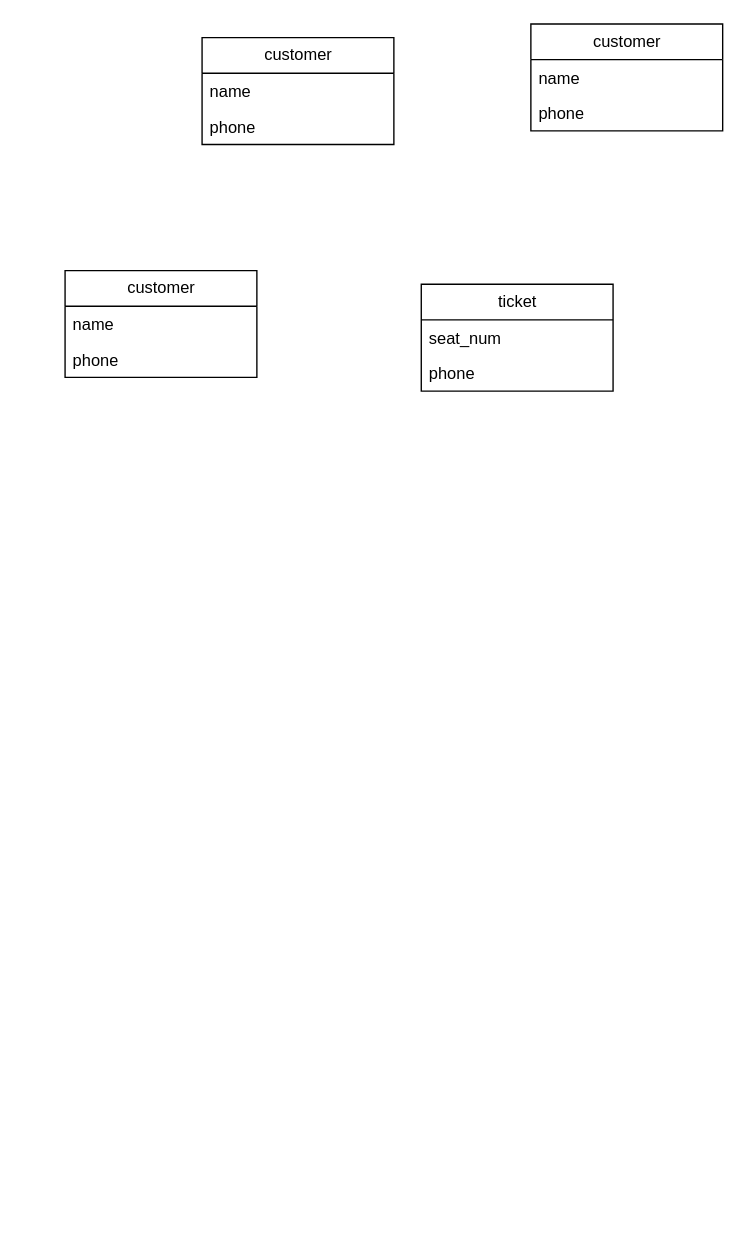
The draw.io diagram 未命名绘图.drawio in Husmzx/mzx_web.github.io, before the edit. Source tidied: cells renumbered, new cells numbered last; positions are measured from the earlier drawing's top-left corner, leaving out a move shared by most shapes. Both pictures are drawn from the tidied source at 137%, with x=0, y=0 at pixel (64, 23).
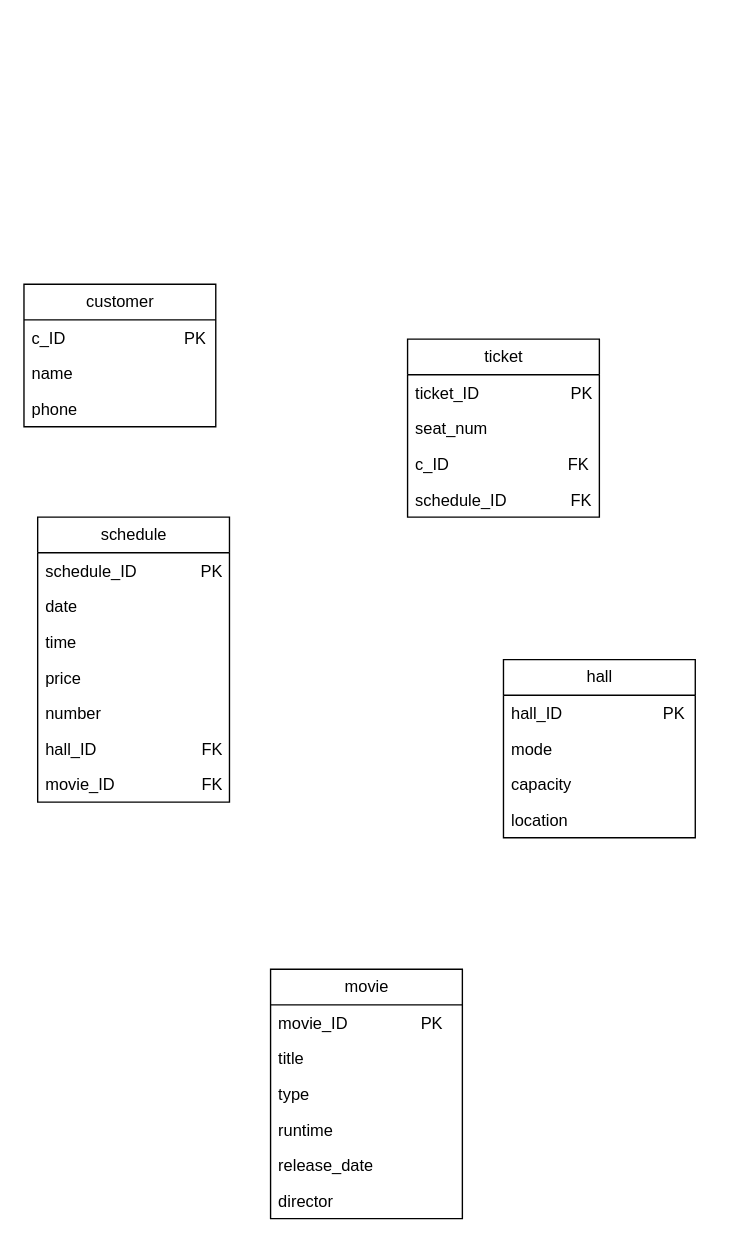
Above is the later version.

Commit message (it also covers changes not shown here):
更新未命名绘图.drawio

What changed in the source:
```diff
@@
+    <mxCell id="5" value="ticket" style="swimlane;fontStyle=0;horizontal=1;startSize=26;fillColor=none;html=1;" parent="1" vertex="1">
+      <mxGeometry x="250" y="230" width="140" height="130" as="geometry" />
+    </mxCell>
+    <mxCell id="6" value="ticket_ID&amp;nbsp; &amp;nbsp; &amp;nbsp; &amp;nbsp; &amp;nbsp; &amp;nbsp; &amp;nbsp; &amp;nbsp; &amp;nbsp; &amp;nbsp; PK" style="text;strokeColor=none;fillColor=none;align=left;verticalAlign=top;spacingLeft=4;spacingRight=4;overflow=hidden;whiteSpace=wrap;html=1;" parent="5" vertex="1">
+      <mxGeometry y="26" width="140" height="26" as="geometry" />
+    </mxCell>
+    <mxCell id="14" value="seat_num" style="text;strokeColor=none;fillColor=none;align=left;verticalAlign=top;spacingLeft=4;spacingRight=4;overflow=hidden;whiteSpace=wrap;html=1;" parent="5" vertex="1">
+      <mxGeometry y="52" width="140" height="26" as="geometry" />
+    </mxCell>
+    <mxCell id="7" value="c_ID&amp;nbsp; &amp;nbsp; &amp;nbsp; &amp;nbsp; &amp;nbsp; &amp;nbsp; &amp;nbsp; &amp;nbsp; &amp;nbsp; &amp;nbsp; &amp;nbsp; &amp;nbsp; &amp;nbsp; FK" style="text;strokeColor=none;fillColor=none;align=left;verticalAlign=top;spacingLeft=4;spacingRight=4;overflow=hidden;whiteSpace=wrap;html=1;" parent="5" vertex="1">
+      <mxGeometry y="78" width="140" height="26" as="geometry" />
+    </mxCell>
+    <mxCell id="15" value="schedule_ID&amp;nbsp; &amp;nbsp; &amp;nbsp; &amp;nbsp; &amp;nbsp; &amp;nbsp; &amp;nbsp; FK" style="text;strokeColor=none;fillColor=none;align=left;verticalAlign=top;spacingLeft=4;spacingRight=4;overflow=hidden;whiteSpace=wrap;html=1;" parent="5" vertex="1">
+      <mxGeometry y="104" width="140" height="26" as="geometry" />
+    </mxCell>
     <mxCell id="2" value="customer" style="swimlane;fontStyle=0;horizontal=1;startSize=26;fillColor=none;html=1;" parent="1" vertex="1">
-      <mxGeometry y="180" width="140" height="78" as="geometry" />
+      <mxGeometry x="-30" y="190" width="140" height="104" as="geometry" />
     </mxCell>
-    <mxCell id="3" value="name" style="text;strokeColor=none;fillColor=none;align=left;verticalAlign=top;spacingLeft=4;spacingRight=4;overflow=hidden;whiteSpace=wrap;html=1;" parent="2" vertex="1">
+    <mxCell id="3" value="c_ID&amp;nbsp; &amp;nbsp; &amp;nbsp; &amp;nbsp; &amp;nbsp; &amp;nbsp; &amp;nbsp; &amp;nbsp; &amp;nbsp; &amp;nbsp; &amp;nbsp; &amp;nbsp; &amp;nbsp; PK" style="text;strokeColor=none;fillColor=none;align=left;verticalAlign=top;spacingLeft=4;spacingRight=4;overflow=hidden;whiteSpace=wrap;html=1;" parent="2" vertex="1">
       <mxGeometry y="26" width="140" height="26" as="geometry" />
     </mxCell>
+    <mxCell id="16" value="name" style="text;strokeColor=none;fillColor=none;align=left;verticalAlign=top;spacingLeft=4;spacingRight=4;overflow=hidden;whiteSpace=wrap;html=1;" parent="2" vertex="1">
+      <mxGeometry y="52" width="140" height="26" as="geometry" />
+    </mxCell>
     <mxCell id="4" value="phone" style="text;strokeColor=none;fillColor=none;align=left;verticalAlign=top;spacingLeft=4;spacingRight=4;overflow=hidden;whiteSpace=wrap;html=1;" parent="2" vertex="1">
-      <mxGeometry y="52" width="140" height="26" as="geometry" />
+      <mxGeometry y="78" width="140" height="26" as="geometry" />
     </mxCell>
-    <mxCell id="5" value="ticket" style="swimlane;fontStyle=0;horizontal=1;startSize=26;fillColor=none;html=1;" parent="1" vertex="1">
-      <mxGeometry x="260" y="190" width="140" height="78" as="geometry" />
-    </mxCell>
-    <mxCell id="6" value="seat_num" style="text;strokeColor=none;fillColor=none;align=left;verticalAlign=top;spacingLeft=4;spacingRight=4;overflow=hidden;whiteSpace=wrap;html=1;" parent="5" vertex="1">
-      <mxGeometry y="26" width="140" height="26" as="geometry" />
-    </mxCell>
-    <mxCell id="7" value="phone" style="text;strokeColor=none;fillColor=none;align=left;verticalAlign=top;spacingLeft=4;spacingRight=4;overflow=hidden;whiteSpace=wrap;html=1;" parent="5" vertex="1">
-      <mxGeometry y="52" width="140" height="26" as="geometry" />
-    </mxCell>
-    <mxCell id="8" value="customer" style="swimlane;fontStyle=0;horizontal=1;startSize=26;fillColor=none;html=1;" parent="1" vertex="1">
-      <mxGeometry x="100" y="10" width="140" height="78" as="geometry" />
+    <mxCell id="8" value="hall" style="swimlane;fontStyle=0;horizontal=1;startSize=26;fillColor=none;html=1;" parent="1" vertex="1">
+      <mxGeometry x="320" y="464" width="140" height="130" as="geometry" />
     </mxCell>
-    <mxCell id="9" value="name" style="text;strokeColor=none;fillColor=none;align=left;verticalAlign=top;spacingLeft=4;spacingRight=4;overflow=hidden;whiteSpace=wrap;html=1;" parent="8" vertex="1">
+    <mxCell id="9" value="hall_ID&amp;nbsp; &amp;nbsp; &amp;nbsp; &amp;nbsp; &amp;nbsp; &amp;nbsp; &amp;nbsp; &amp;nbsp; &amp;nbsp; &amp;nbsp; &amp;nbsp; PK" style="text;strokeColor=none;fillColor=none;align=left;verticalAlign=top;spacingLeft=4;spacingRight=4;overflow=hidden;whiteSpace=wrap;html=1;" parent="8" vertex="1">
       <mxGeometry y="26" width="140" height="26" as="geometry" />
     </mxCell>
+    <mxCell id="17" value="mode" style="text;strokeColor=none;fillColor=none;align=left;verticalAlign=top;spacingLeft=4;spacingRight=4;overflow=hidden;whiteSpace=wrap;html=1;" parent="8" vertex="1">
+      <mxGeometry y="52" width="140" height="26" as="geometry" />
+    </mxCell>
-    <mxCell id="10" value="phone" style="text;strokeColor=none;fillColor=none;align=left;verticalAlign=top;spacingLeft=4;spacingRight=4;overflow=hidden;whiteSpace=wrap;html=1;" parent="8" vertex="1">
-      <mxGeometry y="52" width="140" height="26" as="geometry" />
+    <mxCell id="10" value="capacity" style="text;strokeColor=none;fillColor=none;align=left;verticalAlign=top;spacingLeft=4;spacingRight=4;overflow=hidden;whiteSpace=wrap;html=1;" parent="8" vertex="1">
+      <mxGeometry y="78" width="140" height="26" as="geometry" />
     </mxCell>
+    <mxCell id="18" value="location" style="text;strokeColor=none;fillColor=none;align=left;verticalAlign=top;spacingLeft=4;spacingRight=4;overflow=hidden;whiteSpace=wrap;html=1;" parent="8" vertex="1">
+      <mxGeometry y="104" width="140" height="26" as="geometry" />
+    </mxCell>
-    <mxCell id="11" value="customer" style="swimlane;fontStyle=0;horizontal=1;startSize=26;fillColor=none;html=1;" parent="1" vertex="1">
-      <mxGeometry x="340" width="140" height="78" as="geometry" />
+    <mxCell id="11" value="&lt;span style=&quot;text-align: left; text-wrap-mode: wrap;&quot;&gt;schedule&lt;/span&gt;" style="swimlane;fontStyle=0;horizontal=1;startSize=26;fillColor=none;html=1;" parent="1" vertex="1">
+      <mxGeometry x="-20" y="360" width="140" height="208" as="geometry" />
     </mxCell>
-    <mxCell id="12" value="name" style="text;strokeColor=none;fillColor=none;align=left;verticalAlign=top;spacingLeft=4;spacingRight=4;overflow=hidden;whiteSpace=wrap;html=1;" parent="11" vertex="1">
+    <mxCell id="12" value="schedule_ID&amp;nbsp; &amp;nbsp; &amp;nbsp; &amp;nbsp; &amp;nbsp; &amp;nbsp; &amp;nbsp; PK" style="text;strokeColor=none;fillColor=none;align=left;verticalAlign=top;spacingLeft=4;spacingRight=4;overflow=hidden;whiteSpace=wrap;html=1;" parent="11" vertex="1">
       <mxGeometry y="26" width="140" height="26" as="geometry" />
     </mxCell>
+    <mxCell id="19" value="date" style="text;strokeColor=none;fillColor=none;align=left;verticalAlign=top;spacingLeft=4;spacingRight=4;overflow=hidden;whiteSpace=wrap;html=1;" parent="11" vertex="1">
+      <mxGeometry y="52" width="140" height="26" as="geometry" />
+    </mxCell>
-    <mxCell id="13" value="phone" style="text;strokeColor=none;fillColor=none;align=left;verticalAlign=top;spacingLeft=4;spacingRight=4;overflow=hidden;whiteSpace=wrap;html=1;" parent="11" vertex="1">
-      <mxGeometry y="52" width="140" height="26" as="geometry" />
+    <mxCell id="13" value="time" style="text;strokeColor=none;fillColor=none;align=left;verticalAlign=top;spacingLeft=4;spacingRight=4;overflow=hidden;whiteSpace=wrap;html=1;" parent="11" vertex="1">
+      <mxGeometry y="78" width="140" height="26" as="geometry" />
     </mxCell>
+    <mxCell id="20" value="price" style="text;strokeColor=none;fillColor=none;align=left;verticalAlign=top;spacingLeft=4;spacingRight=4;overflow=hidden;whiteSpace=wrap;html=1;" parent="11" vertex="1">
+      <mxGeometry y="104" width="140" height="26" as="geometry" />
+    </mxCell>
+    <mxCell id="21" value="number" style="text;strokeColor=none;fillColor=none;align=left;verticalAlign=top;spacingLeft=4;spacingRight=4;overflow=hidden;whiteSpace=wrap;html=1;" parent="11" vertex="1">
+      <mxGeometry y="130" width="140" height="26" as="geometry" />
+    </mxCell>
+    <mxCell id="22" value="hall_ID&amp;nbsp; &amp;nbsp; &amp;nbsp; &amp;nbsp; &amp;nbsp; &amp;nbsp; &amp;nbsp; &amp;nbsp; &amp;nbsp; &amp;nbsp; &amp;nbsp; &amp;nbsp;FK" style="text;strokeColor=none;fillColor=none;align=left;verticalAlign=top;spacingLeft=4;spacingRight=4;overflow=hidden;whiteSpace=wrap;html=1;" parent="11" vertex="1">
+      <mxGeometry y="156" width="140" height="26" as="geometry" />
+    </mxCell>
+    <mxCell id="23" value="movie_ID&amp;nbsp; &amp;nbsp; &amp;nbsp; &amp;nbsp; &amp;nbsp; &amp;nbsp; &amp;nbsp; &amp;nbsp; &amp;nbsp; &amp;nbsp;FK" style="text;strokeColor=none;fillColor=none;align=left;verticalAlign=top;spacingLeft=4;spacingRight=4;overflow=hidden;whiteSpace=wrap;html=1;" parent="11" vertex="1">
+      <mxGeometry y="182" width="140" height="26" as="geometry" />
+    </mxCell>
+    <mxCell id="24" value="movie" style="swimlane;fontStyle=0;horizontal=1;startSize=26;fillColor=none;html=1;" parent="1" vertex="1">
+      <mxGeometry x="150" y="690" width="140" height="182" as="geometry" />
+    </mxCell>
+    <mxCell id="25" value="movie_ID&amp;nbsp; &amp;nbsp; &amp;nbsp; &amp;nbsp; &amp;nbsp; &amp;nbsp; &amp;nbsp; &amp;nbsp; PK&amp;nbsp;&amp;nbsp;" style="text;strokeColor=none;fillColor=none;align=left;verticalAlign=top;spacingLeft=4;spacingRight=4;overflow=hidden;whiteSpace=wrap;html=1;" parent="24" vertex="1">
+      <mxGeometry y="26" width="140" height="26" as="geometry" />
+    </mxCell>
+    <mxCell id="26" value="title" style="text;strokeColor=none;fillColor=none;align=left;verticalAlign=top;spacingLeft=4;spacingRight=4;overflow=hidden;whiteSpace=wrap;html=1;" parent="24" vertex="1">
+      <mxGeometry y="52" width="140" height="26" as="geometry" />
+    </mxCell>
+    <mxCell id="27" value="type" style="text;strokeColor=none;fillColor=none;align=left;verticalAlign=top;spacingLeft=4;spacingRight=4;overflow=hidden;whiteSpace=wrap;html=1;" parent="24" vertex="1">
+      <mxGeometry y="78" width="140" height="26" as="geometry" />
+    </mxCell>
+    <mxCell id="28" value="runtime" style="text;strokeColor=none;fillColor=none;align=left;verticalAlign=top;spacingLeft=4;spacingRight=4;overflow=hidden;whiteSpace=wrap;html=1;" parent="24" vertex="1">
+      <mxGeometry y="104" width="140" height="26" as="geometry" />
+    </mxCell>
+    <mxCell id="29" value="release_date" style="text;strokeColor=none;fillColor=none;align=left;verticalAlign=top;spacingLeft=4;spacingRight=4;overflow=hidden;whiteSpace=wrap;html=1;" parent="24" vertex="1">
+      <mxGeometry y="130" width="140" height="26" as="geometry" />
+    </mxCell>
+    <mxCell id="30" value="director" style="text;strokeColor=none;fillColor=none;align=left;verticalAlign=top;spacingLeft=4;spacingRight=4;overflow=hidden;whiteSpace=wrap;html=1;" parent="24" vertex="1">
+      <mxGeometry y="156" width="140" height="26" as="geometry" />
+    </mxCell>
```
